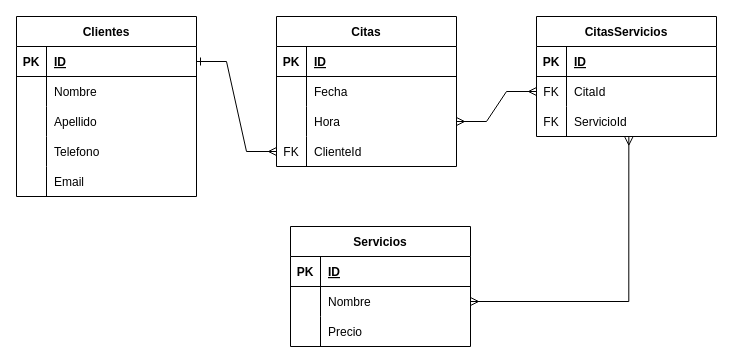
Above: desarrollo-web-juan/appsalon/Diagrama ER AppSalon.drawio in codewithleader/SQL (draw.io), before the change. Source tidied: cells renumbered, new cells numbered last; positions are measured from the earlier drawing's top-left corner, leaving out a move shared by most shapes. Both pictures are drawn from the tidied source at 100%, with x=0, y=0 at pixel (16, 16).
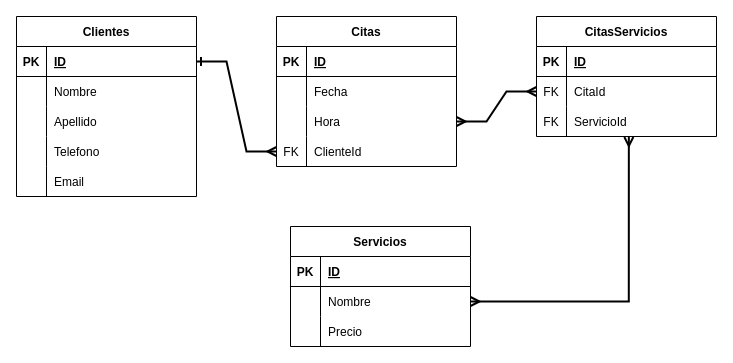
Above is the later version.

The change refers to these unchanged cells:
```xml
<mxCell id="4" style="shape=tableRow;horizontal=0;startSize=0;swimlaneHead=0;swimlaneBody=0;fillColor=none;points=[[0,0.5],[1,0.5]];portConstraint=eastwest;top=0;left=0;right=0;bottom=1;" parent="3" vertex="1">
  <mxGeometry y="30" width="180" height="30" as="geometry" />
</mxCell>
<mxCell id="27" style="shape=tableRow;horizontal=0;startSize=0;swimlaneHead=0;swimlaneBody=0;fillColor=none;points=[[0,0.5],[1,0.5]];portConstraint=eastwest;top=0;left=0;right=0;bottom=0;" parent="20" vertex="1">
  <mxGeometry y="90" width="180" height="30" as="geometry" />
</mxCell>
<mxCell id="30" style="shape=tableRow;horizontal=0;startSize=0;swimlaneHead=0;swimlaneBody=0;fillColor=none;points=[[0,0.5],[1,0.5]];portConstraint=eastwest;top=0;left=0;right=0;bottom=0;" parent="20" vertex="1">
  <mxGeometry y="120" width="180" height="30" as="geometry" />
</mxCell>
<mxCell id="37" style="shape=tableRow;horizontal=0;startSize=0;swimlaneHead=0;swimlaneBody=0;fillColor=none;points=[[0,0.5],[1,0.5]];portConstraint=eastwest;top=0;left=0;right=0;bottom=0;" parent="33" vertex="1">
  <mxGeometry y="60" width="180" height="30" as="geometry" />
</mxCell>
<mxCell id="40" style="shape=tableRow;horizontal=0;startSize=0;swimlaneHead=0;swimlaneBody=0;fillColor=none;points=[[0,0.5],[1,0.5]];portConstraint=eastwest;top=0;left=0;right=0;bottom=0;" parent="33" vertex="1">
  <mxGeometry y="90" width="180" height="30" as="geometry" />
</mxCell>
<mxCell id="47" style="shape=tableRow;horizontal=0;startSize=0;swimlaneHead=0;swimlaneBody=0;fillColor=none;points=[[0,0.5],[1,0.5]];portConstraint=eastwest;top=0;left=0;right=0;bottom=0;" parent="43" vertex="1">
  <mxGeometry y="60" width="180" height="30" as="geometry" />
</mxCell>
```

Diff of the diagram source:
```diff
@@
-    <mxCell id="2" style="edgeStyle=entityRelationEdgeStyle;rounded=0;jettySize=auto;html=1;endArrow=ERmany;endFill=0;startArrow=ERone;startFill=0;" parent="1" edge="1" source="4" target="30">
+    <mxCell id="2" style="edgeStyle=entityRelationEdgeStyle;rounded=0;jettySize=auto;html=1;endArrow=ERmany;endFill=0;startArrow=ERone;startFill=0;jumpSize=6;strokeWidth=2;" parent="1" edge="1" source="4" target="30">
       <mxGeometry relative="1" as="geometry" />
     </mxCell>
@@
-    <mxCell id="19" style="edgeStyle=entityRelationEdgeStyle;rounded=0;jettySize=auto;html=1;startArrow=ERmany;startFill=0;endArrow=ERmany;endFill=0;exitX=1;exitY=0.5;exitDx=0;exitDy=0;entryX=0;entryY=0.5;entryDx=0;entryDy=0;" parent="1" edge="1" source="27" target="37">
+    <mxCell id="19" style="edgeStyle=entityRelationEdgeStyle;rounded=0;jettySize=auto;html=1;startArrow=ERmany;startFill=0;endArrow=ERmany;endFill=0;exitX=1;exitY=0.5;exitDx=0;exitDy=0;entryX=0;entryY=0.5;entryDx=0;entryDy=0;strokeWidth=2;" parent="1" edge="1" source="27" target="37">
       <mxGeometry relative="1" as="geometry" />
     </mxCell>
@@
-    <mxCell id="53" style="edgeStyle=orthogonalEdgeStyle;fontSize=12;html=1;endArrow=ERmany;startArrow=ERmany;rounded=0;entryX=0.513;entryY=1.019;entryDx=0;entryDy=0;entryPerimeter=0;exitX=1;exitY=0.5;exitDx=0;exitDy=0;" parent="1" edge="1" source="47" target="40">
+    <mxCell id="53" style="edgeStyle=orthogonalEdgeStyle;fontSize=12;html=1;endArrow=ERmany;startArrow=ERmany;rounded=0;entryX=0.513;entryY=1.019;entryDx=0;entryDy=0;entryPerimeter=0;exitX=1;exitY=0.5;exitDx=0;exitDy=0;strokeWidth=2;" parent="1" edge="1" source="47" target="40">
       <mxGeometry relative="1" as="geometry" />
     </mxCell>
```
